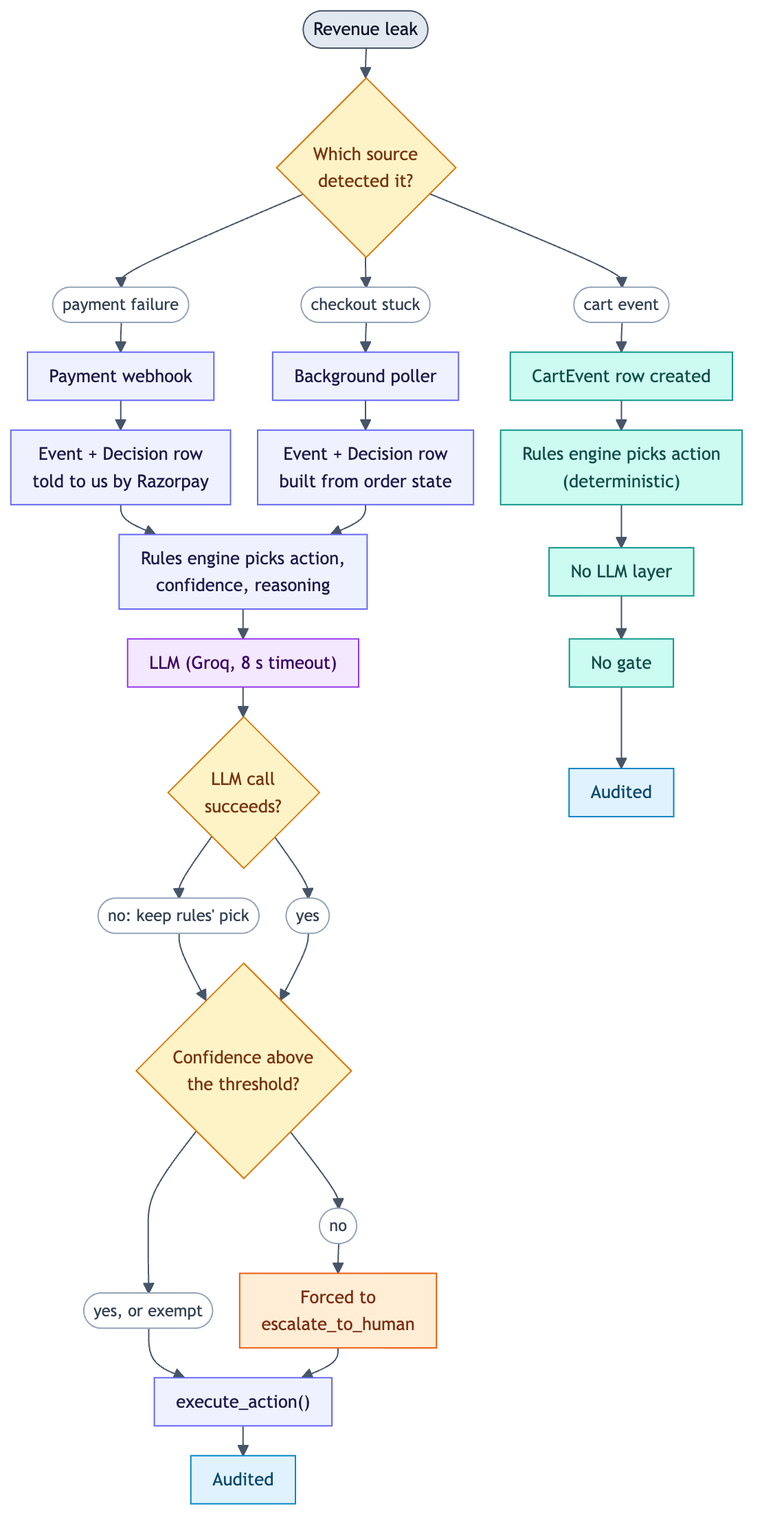
Lakshaykhatri231/Backstop keeps this Mermaid diagram as docs/diagrams/decision-pipeline.png. Above is the earlier version. Its source is kept beside it as docs/diagrams/decision-pipeline.mmd.
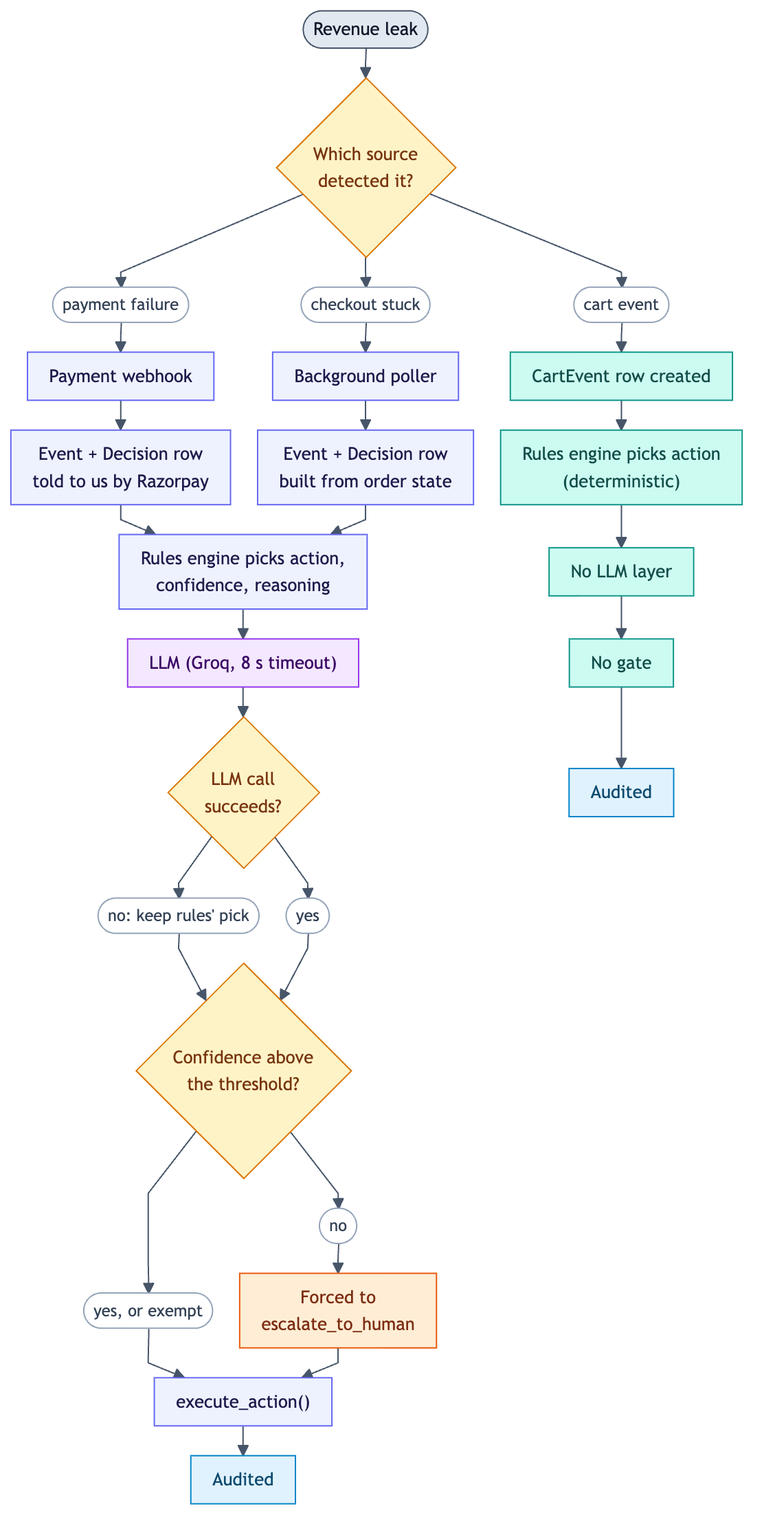
Later version of the same file.

Commit message:
Personalised voice agent, Dragon HD pace and pauses, straight-line architecture diagrams

The edit, as a diff of the source:
```diff
@@ -1,4 +1,4 @@
-%%{init: {'theme':'base','themeVariables':{'fontSize':'13px','lineColor':'#475569'},'flowchart':{'nodeSpacing':20,'rankSpacing':22,'padding':8,'htmlLabels':true}}}%%
+%%{init: {'theme':'base','themeVariables':{'fontSize':'13px','lineColor':'#475569'},'flowchart':{'curve':'linear','nodeSpacing':20,'rankSpacing':22,'padding':8,'htmlLabels':true}}}%%
 flowchart TD
     LEAK(["Revenue leak"])
     SRC{"Which source<br/>detected it?"}
@@ -56,6 +56,7 @@
     classDef bad fill:#fee2e2,stroke:#dc2626,color:#7f1d1d
     classDef person fill:#ffedd5,stroke:#ea580c,color:#7c2d12
     classDef log fill:#e0f2fe,stroke:#0284c7,color:#0c4a6e
+    classDef loop fill:#f1f5f9,stroke:#64748b,stroke-dasharray:4 3,color:#334155
     classDef tag fill:#ffffff,stroke:#94a3b8,color:#334155,font-size:12px
     class LEAK start
     class W,POLL,EV1,EV2,RULES,EXEC step
```
